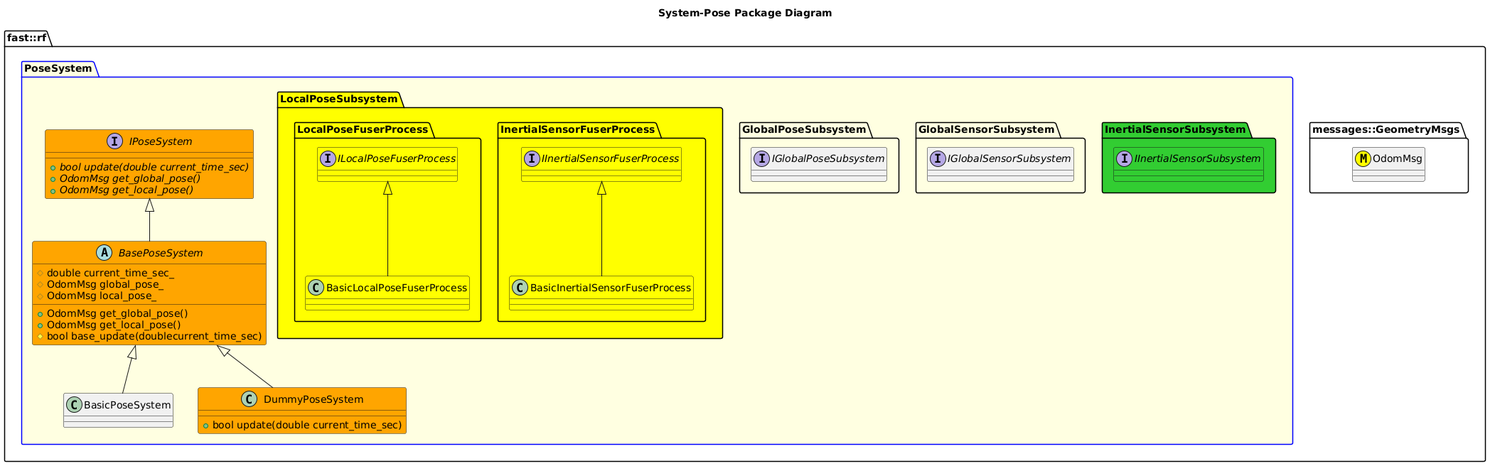
This is Systems/Pose/doc/puml/SystemPosePackageDiagram.png from fastrobotics/robot_framework, a PlantUML export, as it was before one commit.
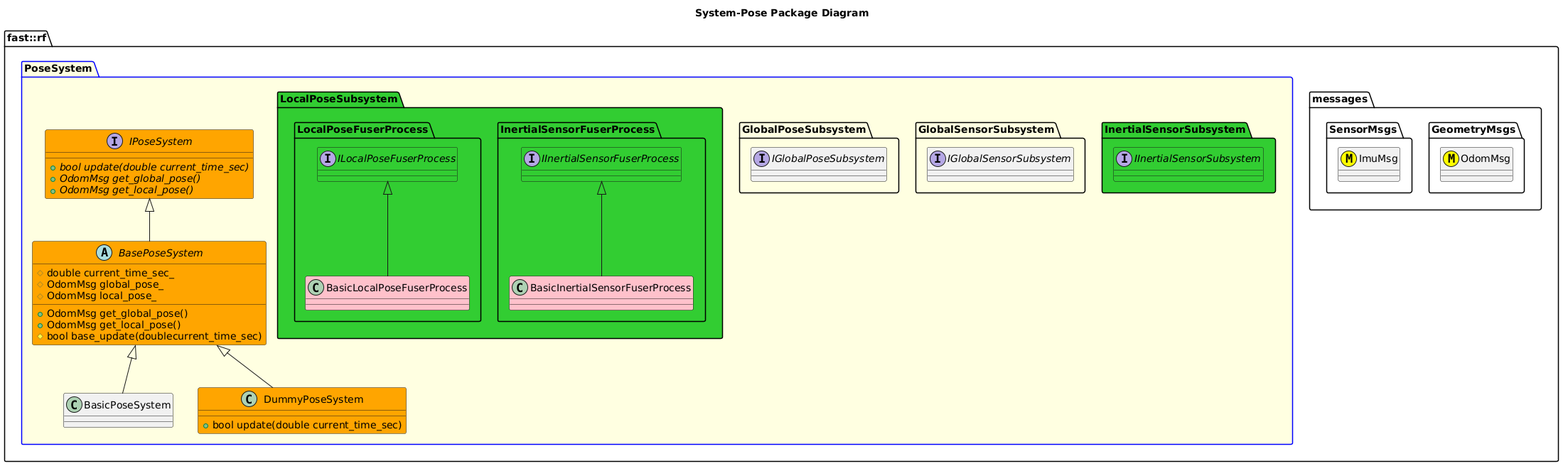
After the change.

Commit message:
Working on Local Pose Fuser.

Diff of the diagram source:
```diff
@@ -2,8 +2,13 @@
 title System-Pose Package Diagram
 
 namespace fast::rf {
-  namespace messages::GeometryMsgs {
-    class OdomMsg <<(M,#FFFF00) >>
+  namespace messages {
+    namespace GeometryMsgs {
+      class OdomMsg <<(M,#FFFF00) >>
+    }
+    namespace SensorMsgs {
+      class ImuMsg <<(M,#FFFF00) >>
+    }
   }
   package PoseSystem #LightYellow;line:blue {
     namespace InertialSensorSubsystem #LimeGreen {
@@ -16,16 +21,16 @@
     namespace GlobalPoseSubsystem {
       interface IGlobalPoseSubsystem
     }
-    namespace LocalPoseSubsystem #Yellow {
-      namespace InertialSensorFuserProcess #Yellow {
-        interface IInertialSensorFuserProcess #Yellow {}
-        class BasicInertialSensorFuserProcess #Yellow {}
+    namespace LocalPoseSubsystem #LimeGreen {
+      namespace InertialSensorFuserProcess #LimeGreen {
+        interface IInertialSensorFuserProcess #LimeGreen {}
+        class BasicInertialSensorFuserProcess #Pink {}
         BasicInertialSensorFuserProcess -up-|> IInertialSensorFuserProcess
 
       }
-      namespace LocalPoseFuserProcess #Yellow {
-        interface ILocalPoseFuserProcess #Yellow {}
-        class BasicLocalPoseFuserProcess #Yellow {}
+      namespace LocalPoseFuserProcess #LimeGreen {
+        interface ILocalPoseFuserProcess #LimeGreen {}
+        class BasicLocalPoseFuserProcess #Pink {}
         BasicLocalPoseFuserProcess -up-|> ILocalPoseFuserProcess
       }
     }
```
